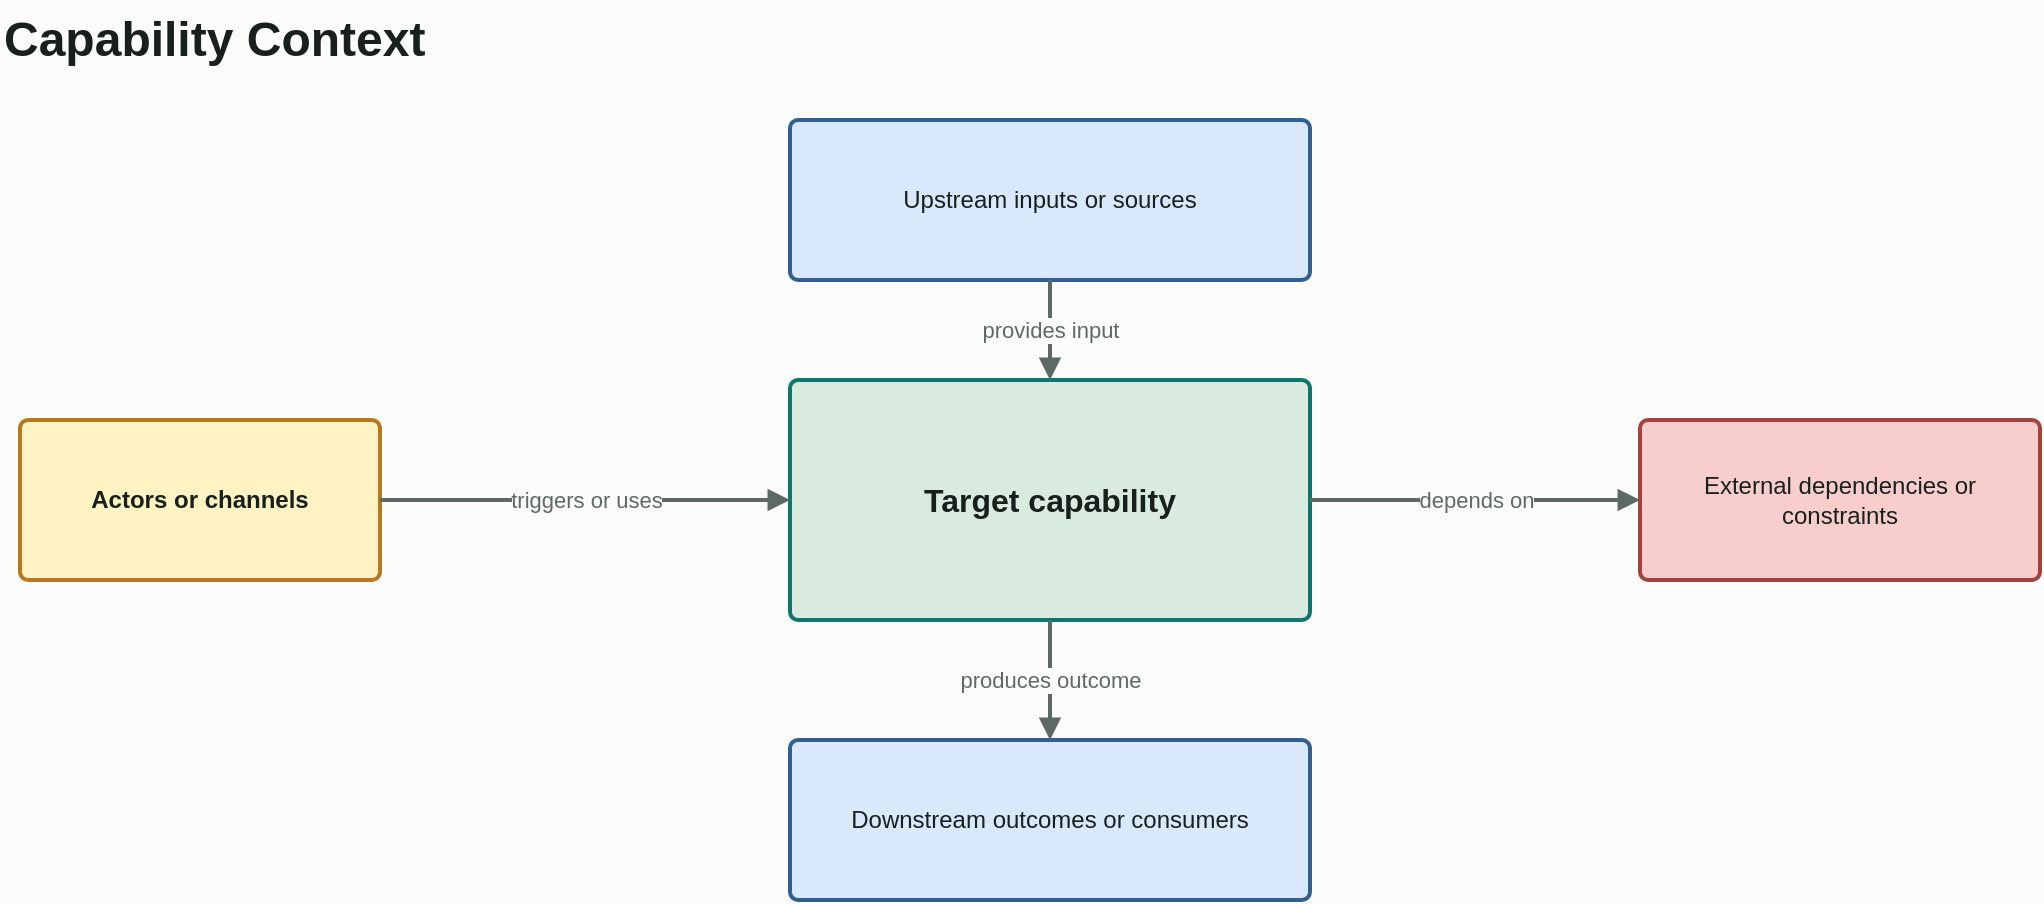
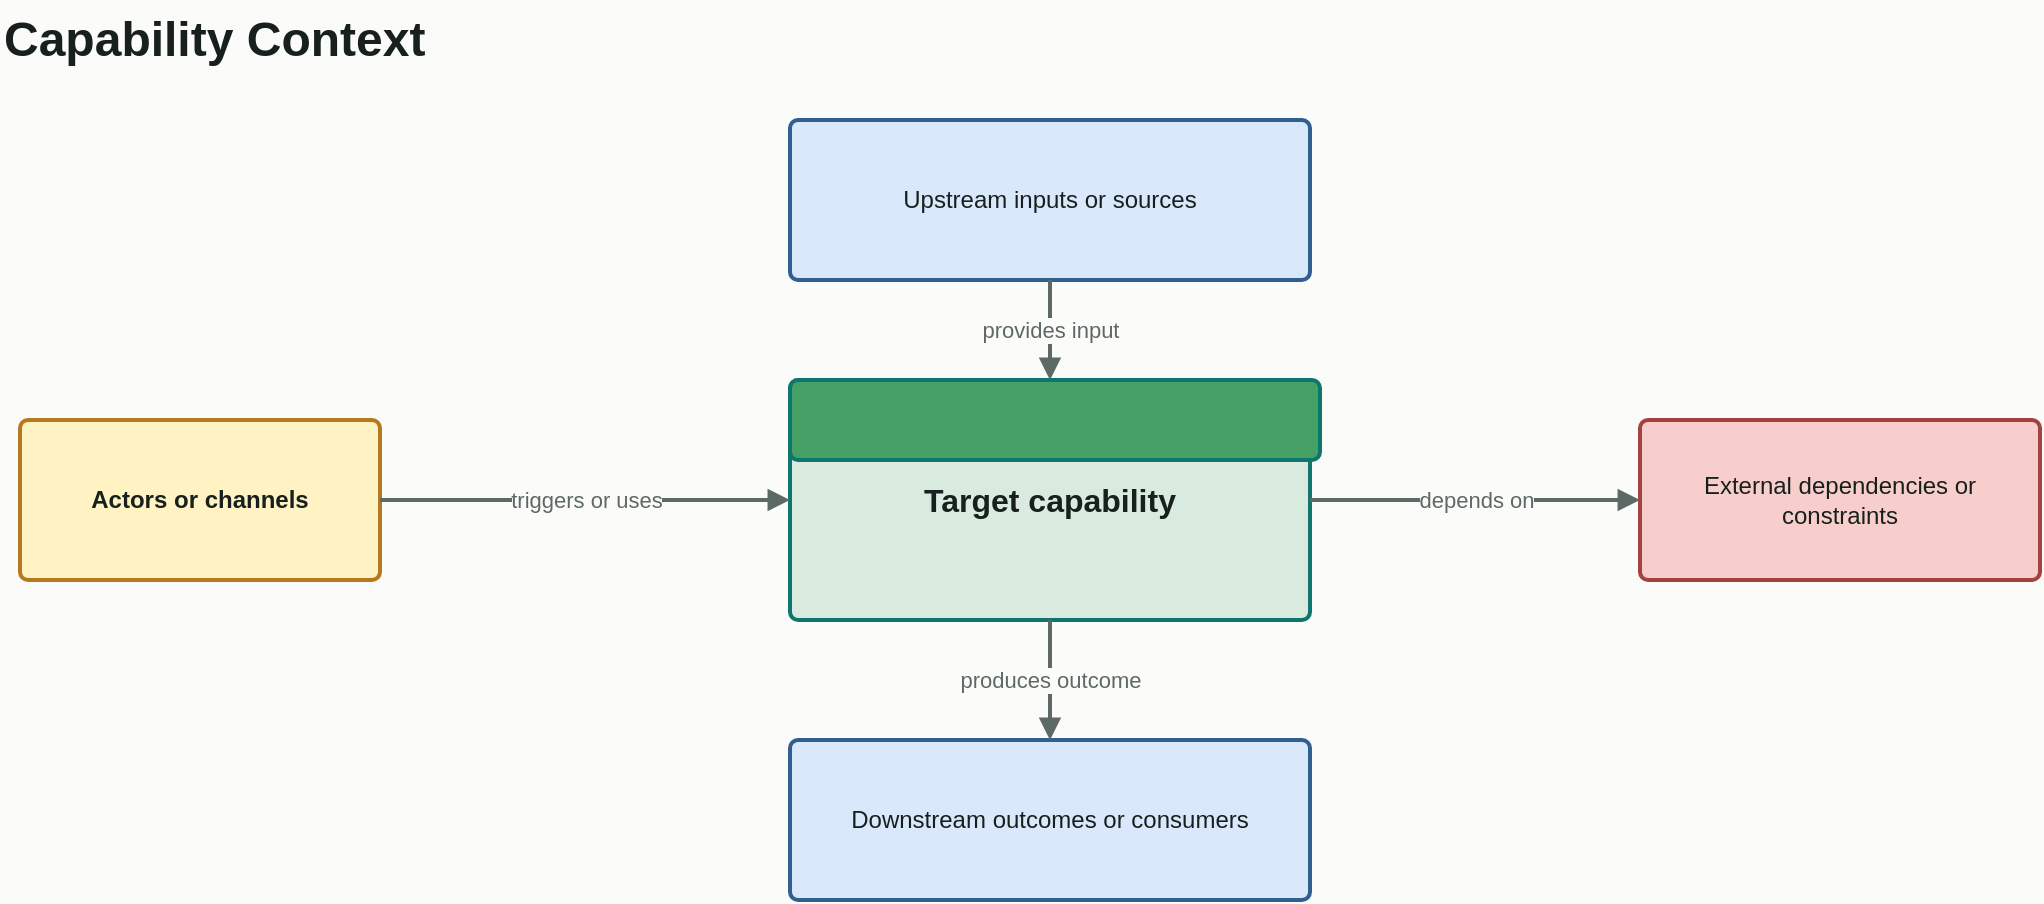
- <mxfile host="app.diagrams.net" modified="2026-05-25T00:00:00.000Z" agent="AI Architecture Toolkit" version="24.7.17">
+ <mxfile host="Electron" agent="AI Architecture Toolkit">
  <diagram id="capability-context" name="Capability Context">
-     <mxGraphModel dx="1200" dy="800" grid="1" gridSize="10" guides="1" tooltips="1" connect="1" arrows="1" fold="1" page="1" pageScale="1" pageWidth="1169" pageHeight="827" background="#fbfcfa" math="0" shadow="0">
+     <mxGraphModel dx="1006" dy="748" grid="1" gridSize="10" guides="1" tooltips="1" connect="1" arrows="1" fold="1" page="1" pageScale="1" pageWidth="1169" pageHeight="827" background="#fbfcfa" math="0" shadow="0">
      <root>
        <mxCell id="0" />
        <mxCell id="1" parent="0" />
-         <mxCell id="title" value="Capability Context" style="text;html=1;strokeColor=none;fillColor=none;align=left;verticalAlign=middle;fontStyle=1;fontSize=24;fontColor=#17201d;" vertex="1" parent="1">
-           <mxGeometry x="60" y="40" width="420" height="40" as="geometry" />
+         <mxCell id="title" parent="1" style="text;html=1;strokeColor=none;fillColor=none;align=left;verticalAlign=middle;fontStyle=1;fontSize=24;fontColor=#17201d;" value="Capability Context" vertex="1">
+           <mxGeometry height="40" width="420" x="60" y="40" as="geometry" />
        </mxCell>
-         <mxCell id="actor" value="Actors or channels" style="rounded=1;whiteSpace=wrap;html=1;arcSize=8;absoluteArcSize=1;spacing=12;fillColor=#fff3c4;strokeColor=#b7791f;fontColor=#17201d;fontStyle=1;strokeWidth=2;" vertex="1" parent="1">
-           <mxGeometry x="70" y="250" width="180" height="80" as="geometry" />
+         <mxCell id="actor" parent="1" style="rounded=1;whiteSpace=wrap;html=1;arcSize=8;absoluteArcSize=1;spacing=12;fillColor=#fff3c4;strokeColor=#b7791f;fontColor=#17201d;fontStyle=1;strokeWidth=2;" value="Actors or channels" vertex="1">
+           <mxGeometry height="80" width="180" x="70" y="250" as="geometry" />
        </mxCell>
-         <mxCell id="capability" value="Target capability" style="rounded=1;whiteSpace=wrap;html=1;arcSize=8;absoluteArcSize=1;spacing=12;fillColor=#d9eadf;strokeColor=#0f766e;fontColor=#17201d;fontStyle=1;fontSize=16;strokeWidth=2;" vertex="1" parent="1">
-           <mxGeometry x="455" y="230" width="260" height="120" as="geometry" />
+         <mxCell id="capability" parent="1" style="rounded=1;whiteSpace=wrap;html=1;arcSize=8;absoluteArcSize=1;spacing=12;fillColor=#d9eadf;strokeColor=#0f766e;fontColor=#17201d;fontStyle=1;fontSize=16;strokeWidth=2;" value="Target capability" vertex="1">
+           <mxGeometry height="120" width="260" x="455" y="230" as="geometry" />
        </mxCell>
-         <mxCell id="upstream" value="Upstream inputs or sources" style="rounded=1;whiteSpace=wrap;html=1;arcSize=8;absoluteArcSize=1;spacing=12;fillColor=#dae8fc;strokeColor=#315f8f;fontColor=#17201d;strokeWidth=2;" vertex="1" parent="1">
-           <mxGeometry x="455" y="100" width="260" height="80" as="geometry" />
+         <mxCell id="upstream" parent="1" style="rounded=1;whiteSpace=wrap;html=1;arcSize=8;absoluteArcSize=1;spacing=12;fillColor=#dae8fc;strokeColor=#315f8f;fontColor=#17201d;strokeWidth=2;" value="Upstream inputs or sources" vertex="1">
+           <mxGeometry height="80" width="260" x="455" y="100" as="geometry" />
        </mxCell>
-         <mxCell id="downstream" value="Downstream outcomes or consumers" style="rounded=1;whiteSpace=wrap;html=1;arcSize=8;absoluteArcSize=1;spacing=12;fillColor=#dae8fc;strokeColor=#315f8f;fontColor=#17201d;strokeWidth=2;" vertex="1" parent="1">
-           <mxGeometry x="455" y="410" width="260" height="80" as="geometry" />
+         <mxCell id="downstream" parent="1" style="rounded=1;whiteSpace=wrap;html=1;arcSize=8;absoluteArcSize=1;spacing=12;fillColor=#dae8fc;strokeColor=#315f8f;fontColor=#17201d;strokeWidth=2;" value="Downstream outcomes or consumers" vertex="1">
+           <mxGeometry height="80" width="260" x="455" y="410" as="geometry" />
        </mxCell>
-         <mxCell id="external" value="External dependencies or constraints" style="rounded=1;whiteSpace=wrap;html=1;arcSize=8;absoluteArcSize=1;spacing=12;fillColor=#f8cecc;strokeColor=#a3433f;fontColor=#17201d;strokeWidth=2;" vertex="1" parent="1">
-           <mxGeometry x="880" y="250" width="200" height="80" as="geometry" />
+         <mxCell id="external" parent="1" style="rounded=1;whiteSpace=wrap;html=1;arcSize=8;absoluteArcSize=1;spacing=12;fillColor=#f8cecc;strokeColor=#a3433f;fontColor=#17201d;strokeWidth=2;" value="External dependencies or constraints" vertex="1">
+           <mxGeometry height="80" width="200" x="880" y="250" as="geometry" />
        </mxCell>
-         <mxCell id="edge-actor-capability" value="triggers or uses" style="edgeStyle=orthogonalEdgeStyle;rounded=0;orthogonalLoop=1;jettySize=auto;html=1;endArrow=block;strokeColor=#5d6964;fontColor=#5d6964;labelBackgroundColor=#fbfcfa;labelBorderColor=none;strokeWidth=2;" edge="1" parent="1" source="actor" target="capability">
+         <mxCell id="edge-actor-capability" edge="1" parent="1" source="actor" style="edgeStyle=orthogonalEdgeStyle;rounded=0;orthogonalLoop=1;jettySize=auto;html=1;endArrow=block;strokeColor=#5d6964;fontColor=#5d6964;labelBackgroundColor=#fbfcfa;labelBorderColor=none;strokeWidth=2;" target="capability" value="triggers or uses">
          <mxGeometry relative="1" as="geometry" />
        </mxCell>
-         <mxCell id="edge-upstream-capability" value="provides input" style="edgeStyle=orthogonalEdgeStyle;rounded=0;orthogonalLoop=1;jettySize=auto;html=1;endArrow=block;strokeColor=#5d6964;fontColor=#5d6964;labelBackgroundColor=#fbfcfa;labelBorderColor=none;strokeWidth=2;" edge="1" parent="1" source="upstream" target="capability">
+         <mxCell id="edge-upstream-capability" edge="1" parent="1" source="upstream" style="edgeStyle=orthogonalEdgeStyle;rounded=0;orthogonalLoop=1;jettySize=auto;html=1;endArrow=block;strokeColor=#5d6964;fontColor=#5d6964;labelBackgroundColor=#fbfcfa;labelBorderColor=none;strokeWidth=2;" target="capability" value="provides input">
          <mxGeometry relative="1" as="geometry" />
        </mxCell>
-         <mxCell id="edge-capability-downstream" value="produces outcome" style="edgeStyle=orthogonalEdgeStyle;rounded=0;orthogonalLoop=1;jettySize=auto;html=1;endArrow=block;strokeColor=#5d6964;fontColor=#5d6964;labelBackgroundColor=#fbfcfa;labelBorderColor=none;strokeWidth=2;" edge="1" parent="1" source="capability" target="downstream">
+         <mxCell id="edge-capability-downstream" edge="1" parent="1" source="capability" style="edgeStyle=orthogonalEdgeStyle;rounded=0;orthogonalLoop=1;jettySize=auto;html=1;endArrow=block;strokeColor=#5d6964;fontColor=#5d6964;labelBackgroundColor=#fbfcfa;labelBorderColor=none;strokeWidth=2;" target="downstream" value="produces outcome">
          <mxGeometry relative="1" as="geometry" />
        </mxCell>
-         <mxCell id="edge-capability-external" value="depends on" style="edgeStyle=orthogonalEdgeStyle;rounded=0;orthogonalLoop=1;jettySize=auto;html=1;endArrow=block;strokeColor=#5d6964;fontColor=#5d6964;labelBackgroundColor=#fbfcfa;labelBorderColor=none;strokeWidth=2;" edge="1" parent="1" source="capability" target="external">
+         <mxCell id="edge-capability-external" edge="1" parent="1" source="capability" style="edgeStyle=orthogonalEdgeStyle;rounded=0;orthogonalLoop=1;jettySize=auto;html=1;endArrow=block;strokeColor=#5d6964;fontColor=#5d6964;labelBackgroundColor=#fbfcfa;labelBorderColor=none;strokeWidth=2;" target="external" value="depends on">
          <mxGeometry relative="1" as="geometry" />
+         </mxCell>
+         <mxCell id="wtTJ4m9Lci7Y-lzfFHPa-1" parent="1" style="rounded=1;whiteSpace=wrap;html=1;strokeColor=#0f766e;strokeWidth=2;align=center;verticalAlign=middle;spacing=12;arcSize=8;absoluteArcSize=1;fontFamily=Helvetica;fontSize=16;fontColor=#17201d;fontStyle=1;fillColor=light-dark(#45a165, #1d2c23);" value="" vertex="1">
+           <mxGeometry height="40" width="265" x="455" y="230" as="geometry" />
        </mxCell>
      </root>
    </mxGraphModel>
  </diagram>
</mxfile>
